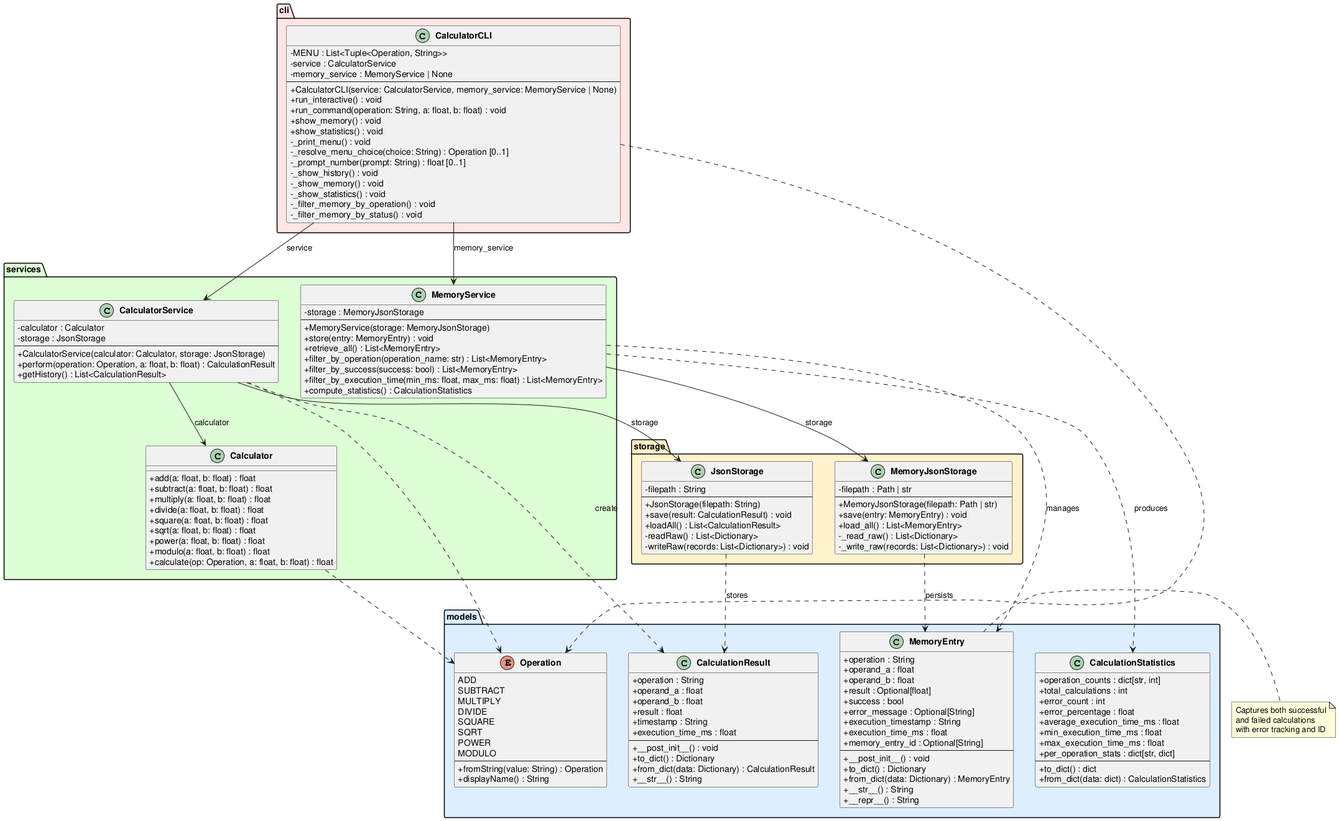
Earlier version of the PlantUML export experiments/pipeline/structured_text/calculator/artifacts/class_diagram.png (DanielRiha8906/Software_autoevolution_using_agents).
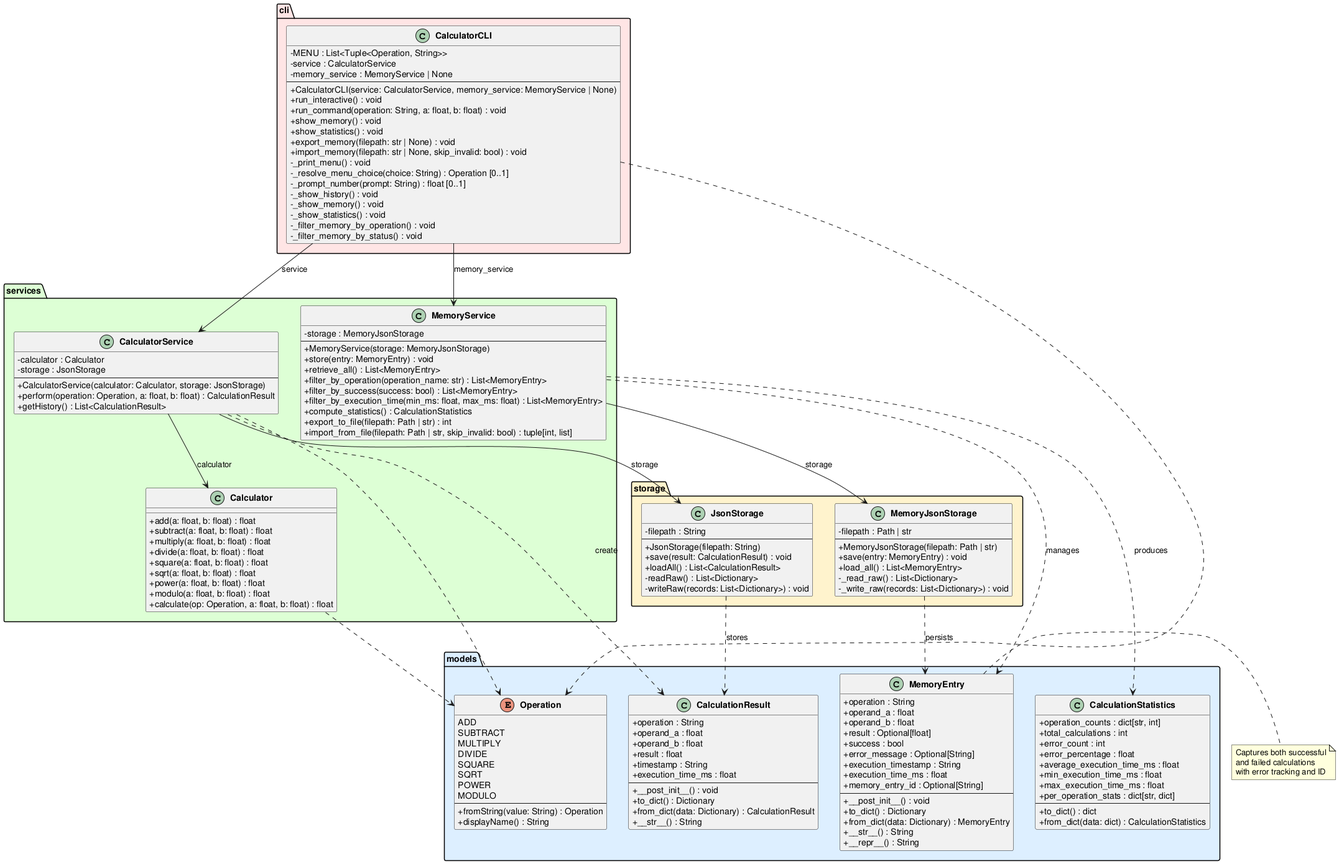
After the commit.

The edit, as a diff of the source:
```diff
@@ -97,6 +97,8 @@
         +filter_by_success(success: bool) : List<MemoryEntry>
         +filter_by_execution_time(min_ms: float, max_ms: float) : List<MemoryEntry>
         +compute_statistics() : CalculationStatistics
+        +export_to_file(filepath: Path | str) : int
+        +import_from_file(filepath: Path | str, skip_invalid: bool) : tuple[int, list]
     }
 }
 
@@ -133,6 +135,8 @@
         +run_command(operation: String, a: float, b: float) : void
         +show_memory() : void
         +show_statistics() : void
+        +export_memory(filepath: str | None) : void
+        +import_memory(filepath: str | None, skip_invalid: bool) : void
         -_print_menu() : void
         -_resolve_menu_choice(choice: String) : Operation [0..1]
         -_prompt_number(prompt: String) : float [0..1]
```
